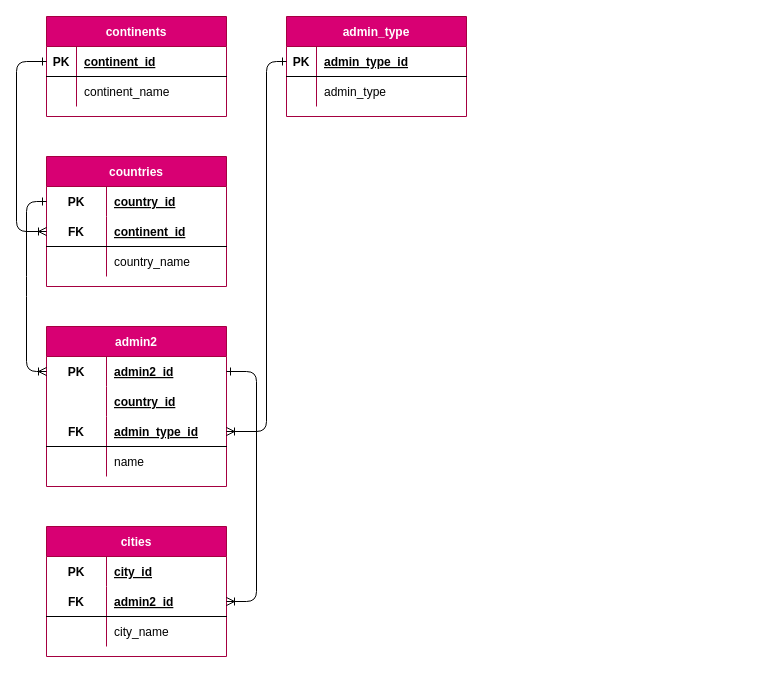
r3card0/mundo-octo-potato keeps this draw.io diagram as page "physical" (3 of 3) of mundo_ER.drawio. Above is the earlier version. Source tidied: cells renumbered, new cells numbered last; positions are measured from the earlier drawing's top-left corner, leaving out a move shared by most shapes. Both pictures are drawn from the tidied source at 100%, with x=0, y=0 at pixel (16, 16).
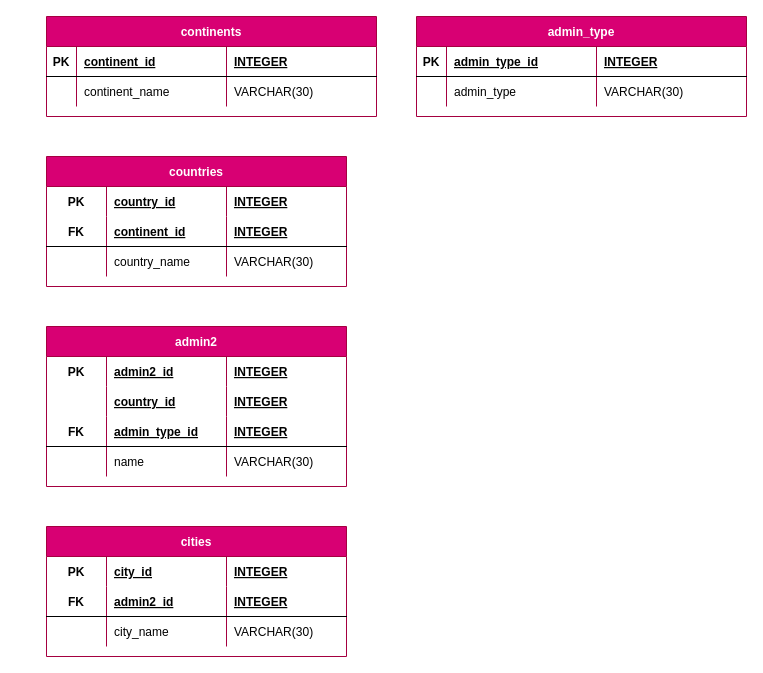
Above is the later version.

Commit message:
Set datatypes on physical data model

What changed in the source:
```diff
@@
     <mxCell id="2" value="continents" style="shape=table;startSize=30;childLayout=tableLayout;rowLines=0;fontStyle=1;align=center;fillColor=#d80073;strokeColor=#A50040;fontColor=#ffffff;" parent="1" vertex="1">
-      <mxGeometry x="30" width="180" height="100" as="geometry" />
+      <mxGeometry x="30" width="330" height="100" as="geometry" />
     </mxCell>
     <mxCell id="3" style="shape=partialRectangle;fillColor=none;top=0;left=0;bottom=1;right=0;points=[[0,0.5],[1,0.5]];portConstraint=eastwest;" parent="2" vertex="1">
-      <mxGeometry y="30" width="180" height="30" as="geometry" />
+      <mxGeometry y="30" width="330" height="30" as="geometry" />
     </mxCell>
@@
+    <mxCell id="53" value="INTEGER" style="shape=partialRectangle;fillColor=none;top=0;left=0;bottom=0;right=0;align=left;spacingLeft=6;fontStyle=5;overflow=hidden;" parent="3" vertex="1">
+      <mxGeometry x="180" width="150" height="30" as="geometry" />
+    </mxCell>
     <mxCell id="6" style="shape=partialRectangle;fillColor=none;top=0;left=0;bottom=0;right=0;" parent="2" vertex="1">
-      <mxGeometry y="60" width="180" height="30" as="geometry" />
+      <mxGeometry y="60" width="330" height="30" as="geometry" />
     </mxCell>
@@
+    <mxCell id="54" value="VARCHAR(30)" style="shape=partialRectangle;fillColor=none;top=0;left=0;bottom=0;right=0;align=left;spacingLeft=6;overflow=hidden;" parent="6" vertex="1">
+      <mxGeometry x="180" width="150" height="30" as="geometry" />
+    </mxCell>
     <mxCell id="9" value="countries" style="shape=table;startSize=30;childLayout=tableLayout;rowLines=0;fontStyle=1;align=center;fillColor=#d80073;fontColor=#ffffff;strokeColor=#A50040;" parent="1" vertex="1">
-      <mxGeometry x="30" y="140" width="180" height="130" as="geometry" />
+      <mxGeometry x="30" y="140" width="300" height="130" as="geometry" />
     </mxCell>
     <mxCell id="10" style="shape=partialRectangle;fillColor=none;top=0;left=0;bottom=0;right=0;points=[[0,0.5],[1,0.5]];portConstraint=eastwest;" parent="9" vertex="1">
-      <mxGeometry y="30" width="180" height="30" as="geometry" />
+      <mxGeometry y="30" width="300" height="30" as="geometry" />
     </mxCell>
@@
+    <mxCell id="55" value="INTEGER" style="shape=partialRectangle;fillColor=none;top=0;left=0;bottom=0;right=0;align=left;spacingLeft=6;fontStyle=5;overflow=hidden;" parent="10" vertex="1">
+      <mxGeometry x="180" width="120" height="30" as="geometry" />
+    </mxCell>
     <mxCell id="13" style="shape=partialRectangle;fillColor=none;top=0;left=0;bottom=1;right=0;points=[[0,0.5],[1,0.5]];portConstraint=eastwest;" parent="9" vertex="1">
-      <mxGeometry y="60" width="180" height="30" as="geometry" />
+      <mxGeometry y="60" width="300" height="30" as="geometry" />
     </mxCell>
@@
+    <mxCell id="56" value="INTEGER" style="shape=partialRectangle;fillColor=none;top=0;left=0;bottom=0;right=0;align=left;spacingLeft=6;fontStyle=5;overflow=hidden;" parent="13" vertex="1">
+      <mxGeometry x="180" width="120" height="30" as="geometry" />
+    </mxCell>
     <mxCell id="16" style="shape=partialRectangle;fillColor=none;top=0;left=0;bottom=0;right=0;" parent="9" vertex="1">
-      <mxGeometry y="90" width="180" height="30" as="geometry" />
+      <mxGeometry y="90" width="300" height="30" as="geometry" />
     </mxCell>
@@
+    <mxCell id="57" value="VARCHAR(30)" style="shape=partialRectangle;fillColor=none;top=0;left=0;bottom=0;right=0;align=left;spacingLeft=6;overflow=hidden;" parent="16" vertex="1">
+      <mxGeometry x="180" width="120" height="30" as="geometry" />
+    </mxCell>
     <mxCell id="19" value="admin2" style="shape=table;startSize=30;childLayout=tableLayout;rowLines=0;fontStyle=1;align=center;fillColor=#d80073;fontColor=#ffffff;strokeColor=#A50040;" parent="1" vertex="1">
-      <mxGeometry x="30" y="310" width="180" height="160" as="geometry" />
+      <mxGeometry x="30" y="310" width="300" height="160" as="geometry" />
     </mxCell>
     <mxCell id="20" style="shape=partialRectangle;fillColor=none;top=0;left=0;bottom=0;right=0;points=[[0,0.5],[1,0.5]];portConstraint=eastwest;" parent="19" vertex="1">
-      <mxGeometry y="30" width="180" height="30" as="geometry" />
+      <mxGeometry y="30" width="300" height="30" as="geometry" />
     </mxCell>
@@
+    <mxCell id="58" value="INTEGER" style="shape=partialRectangle;fillColor=none;top=0;left=0;bottom=0;right=0;align=left;spacingLeft=6;fontStyle=5;overflow=hidden;" parent="20" vertex="1">
+      <mxGeometry x="180" width="120" height="30" as="geometry" />
+    </mxCell>
     <mxCell id="23" style="shape=partialRectangle;fillColor=none;top=0;left=0;bottom=0;right=0;" parent="19" vertex="1">
-      <mxGeometry y="60" width="180" height="30" as="geometry" />
+      <mxGeometry y="60" width="300" height="30" as="geometry" />
     </mxCell>
@@
+    <mxCell id="59" value="INTEGER" style="shape=partialRectangle;fillColor=none;top=0;left=0;bottom=0;right=0;align=left;spacingLeft=6;fontStyle=5;overflow=hidden;" parent="23" vertex="1">
+      <mxGeometry x="180" width="120" height="30" as="geometry" />
+    </mxCell>
     <mxCell id="26" style="shape=partialRectangle;fillColor=none;top=0;left=0;bottom=1;right=0;points=[[0,0.5],[1,0.5]];portConstraint=eastwest;" parent="19" vertex="1">
-      <mxGeometry y="90" width="180" height="30" as="geometry" />
+      <mxGeometry y="90" width="300" height="30" as="geometry" />
     </mxCell>
@@
+    <mxCell id="60" value="INTEGER" style="shape=partialRectangle;fillColor=none;top=0;left=0;bottom=0;right=0;align=left;spacingLeft=6;fontStyle=5;overflow=hidden;" parent="26" vertex="1">
+      <mxGeometry x="180" width="120" height="30" as="geometry" />
+    </mxCell>
     <mxCell id="29" style="shape=partialRectangle;fillColor=none;top=0;left=0;bottom=0;right=0;" parent="19" vertex="1">
-      <mxGeometry y="120" width="180" height="30" as="geometry" />
+      <mxGeometry y="120" width="300" height="30" as="geometry" />
     </mxCell>
@@
-    <mxCell id="32" style="edgeStyle=none;html=1;entryX=0;entryY=0.5;entryDx=0;entryDy=0;exitX=0;exitY=0.5;exitDx=0;exitDy=0;startArrow=ERone;startFill=0;endArrow=ERoneToMany;endFill=0;" parent="1" edge="1" source="3" target="13">
-      <mxGeometry relative="1" as="geometry">
-        <Array as="points">
-          <mxPoint y="45" />
-          <mxPoint y="215" />
-        </Array>
-      </mxGeometry>
-    </mxCell>
-    <mxCell id="33" style="edgeStyle=none;html=1;entryX=0;entryY=0.5;entryDx=0;entryDy=0;startArrow=ERone;startFill=0;endArrow=ERoneToMany;endFill=0;exitX=0;exitY=0.5;exitDx=0;exitDy=0;" parent="1" edge="1" source="10" target="20">
-      <mxGeometry relative="1" as="geometry">
-        <Array as="points">
-          <mxPoint x="10" y="185" />
-          <mxPoint x="10" y="270" />
-          <mxPoint x="10" y="355" />
-        </Array>
-      </mxGeometry>
-    </mxCell>
+    <mxCell id="61" value="VARCHAR(30)" style="shape=partialRectangle;fillColor=none;top=0;left=0;bottom=0;right=0;align=left;spacingLeft=6;overflow=hidden;" parent="29" vertex="1">
+      <mxGeometry x="180" width="120" height="30" as="geometry" />
+    </mxCell>
     <mxCell id="34" value="cities" style="shape=table;startSize=30;childLayout=tableLayout;rowLines=0;fontStyle=1;align=center;fillColor=#d80073;fontColor=#ffffff;strokeColor=#A50040;" parent="1" vertex="1">
-      <mxGeometry x="30" y="510" width="180" height="130" as="geometry" />
+      <mxGeometry x="30" y="510" width="300" height="130" as="geometry" />
     </mxCell>
     <mxCell id="35" style="shape=partialRectangle;fillColor=none;top=0;left=0;bottom=0;right=0;" parent="34" vertex="1">
-      <mxGeometry y="30" width="180" height="30" as="geometry" />
+      <mxGeometry y="30" width="300" height="30" as="geometry" />
     </mxCell>
@@
+    <mxCell id="62" value="INTEGER" style="shape=partialRectangle;fillColor=none;top=0;left=0;bottom=0;right=0;align=left;spacingLeft=6;fontStyle=5;overflow=hidden;" parent="35" vertex="1">
+      <mxGeometry x="180" width="120" height="30" as="geometry" />
+    </mxCell>
     <mxCell id="38" style="shape=partialRectangle;fillColor=none;top=0;left=0;bottom=1;right=0;points=[[0,0.5],[1,0.5]];portConstraint=eastwest;" parent="34" vertex="1">
-      <mxGeometry y="60" width="180" height="30" as="geometry" />
+      <mxGeometry y="60" width="300" height="30" as="geometry" />
     </mxCell>
@@
+    <mxCell id="63" value="INTEGER" style="shape=partialRectangle;fillColor=none;top=0;left=0;bottom=0;right=0;align=left;spacingLeft=6;fontStyle=5;overflow=hidden;" parent="38" vertex="1">
+      <mxGeometry x="180" width="120" height="30" as="geometry" />
+    </mxCell>
     <mxCell id="41" style="shape=partialRectangle;fillColor=none;top=0;left=0;bottom=0;right=0;" parent="34" vertex="1">
-      <mxGeometry y="90" width="180" height="30" as="geometry" />
+      <mxGeometry y="90" width="300" height="30" as="geometry" />
     </mxCell>
@@
-    <mxCell id="44" style="edgeStyle=none;html=1;entryX=1;entryY=0.5;entryDx=0;entryDy=0;startArrow=ERone;startFill=0;endArrow=ERoneToMany;endFill=0;exitX=1;exitY=0.5;exitDx=0;exitDy=0;" parent="1" edge="1" source="20" target="38">
-      <mxGeometry relative="1" as="geometry">
-        <Array as="points">
-          <mxPoint x="240" y="355" />
-          <mxPoint x="240" y="585" />
-        </Array>
-      </mxGeometry>
-    </mxCell>
+    <mxCell id="64" value="VARCHAR(30)" style="shape=partialRectangle;fillColor=none;top=0;left=0;bottom=0;right=0;align=left;spacingLeft=6;overflow=hidden;" parent="41" vertex="1">
+      <mxGeometry x="180" width="120" height="30" as="geometry" />
+    </mxCell>
     <mxCell id="45" value="admin_type" style="shape=table;startSize=30;childLayout=tableLayout;rowLines=0;fontStyle=1;align=center;fillColor=#d80073;strokeColor=#A50040;fontColor=#ffffff;" parent="1" vertex="1">
-      <mxGeometry x="270" width="180" height="100" as="geometry" />
+      <mxGeometry x="400" width="330" height="100" as="geometry" />
     </mxCell>
     <mxCell id="46" style="shape=partialRectangle;fillColor=none;top=0;left=0;bottom=1;right=0;points=[[0,0.5],[1,0.5]];portConstraint=eastwest;" parent="45" vertex="1">
-      <mxGeometry y="30" width="180" height="30" as="geometry" />
+      <mxGeometry y="30" width="330" height="30" as="geometry" />
     </mxCell>
@@
+    <mxCell id="65" value="INTEGER" style="shape=partialRectangle;fillColor=none;top=0;left=0;bottom=0;right=0;align=left;spacingLeft=6;fontStyle=5;overflow=hidden;" parent="46" vertex="1">
+      <mxGeometry x="180" width="150" height="30" as="geometry" />
+    </mxCell>
     <mxCell id="49" style="shape=partialRectangle;fillColor=none;top=0;left=0;bottom=0;right=0;" parent="45" vertex="1">
-      <mxGeometry y="60" width="180" height="30" as="geometry" />
+      <mxGeometry y="60" width="330" height="30" as="geometry" />
     </mxCell>
@@
-    <mxCell id="52" style="edgeStyle=none;html=1;entryX=1;entryY=0.5;entryDx=0;entryDy=0;startArrow=ERone;startFill=0;endArrow=ERoneToMany;endFill=0;exitX=0;exitY=0.5;exitDx=0;exitDy=0;" parent="1" edge="1" source="46" target="26">
-      <mxGeometry relative="1" as="geometry">
-        <Array as="points">
-          <mxPoint x="250" y="45" />
-          <mxPoint x="250" y="415" />
-        </Array>
-      </mxGeometry>
-    </mxCell>
+    <mxCell id="66" value="VARCHAR(30)" style="shape=partialRectangle;fillColor=none;top=0;left=0;bottom=0;right=0;align=left;spacingLeft=6;overflow=hidden;" parent="49" vertex="1">
+      <mxGeometry x="180" width="150" height="30" as="geometry" />
+    </mxCell>
```
